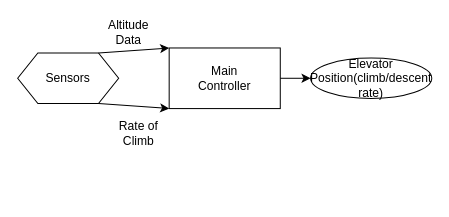
Above: Untitled Diagram.drawio in Rk1ele/Altitude-Control-system (draw.io), before the change. Source tidied: cells renumbered, new cells numbered last; positions are measured from the earlier drawing's top-left corner, leaving out a move shared by most shapes. Both pictures are drawn from the tidied source at 101%, with x=0, y=0 at pixel (17, 17).
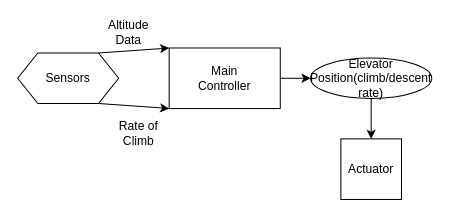
The same page after the edit.

Commit message:
Control Diagram NN

Change to the diagram source:
```diff
@@
 <mxGraphModel>
   <root>
     <mxCell id="0" />
     <mxCell id="1" parent="0" />
     <mxCell id="2" style="rounded=0;whiteSpace=wrap;html=1;" parent="1" vertex="1">
       <mxGeometry x="150" y="30" width="110" height="60" as="geometry" />
     </mxCell>
     <mxCell id="3" value="Main Controller" style="text;html=1;align=center;verticalAlign=middle;whiteSpace=wrap;rounded=0;" parent="1" vertex="1">
       <mxGeometry x="175" y="45" width="60" height="30" as="geometry" />
     </mxCell>
     <mxCell id="4" style="ellipse;whiteSpace=wrap;html=1;" parent="1" vertex="1">
       <mxGeometry x="290" y="40" width="120" height="40" as="geometry" />
     </mxCell>
     <mxCell id="5" style="endArrow=classic;html=1;rounded=0;" parent="1" edge="1">
       <mxGeometry relative="1" as="geometry">
         <mxPoint x="260" y="60" as="sourcePoint" />
         <mxPoint x="290" y="60" as="targetPoint" />
         <Array as="points">
           <mxPoint x="290" y="60" />
         </Array>
       </mxGeometry>
     </mxCell>
     <mxCell id="6" value="Elevator Position(climb/descent rate)" style="text;html=1;align=center;verticalAlign=middle;whiteSpace=wrap;rounded=0;" parent="1" vertex="1">
       <mxGeometry x="320" y="45" width="60" height="30" as="geometry" />
     </mxCell>
     <mxCell id="7" style="shape=hexagon;perimeter=hexagonPerimeter2;whiteSpace=wrap;html=1;fixedSize=1;" parent="1" vertex="1">
       <mxGeometry y="35" width="100" height="50" as="geometry" />
     </mxCell>
     <mxCell id="8" value="Sensors" style="text;html=1;align=center;verticalAlign=middle;whiteSpace=wrap;rounded=0;" parent="1" vertex="1">
       <mxGeometry x="20" y="45" width="60" height="30" as="geometry" />
     </mxCell>
     <mxCell id="9" style="endArrow=classic;html=1;rounded=0;entryX=0;entryY=0;entryDx=0;entryDy=0;" parent="1" edge="1" target="2">
       <mxGeometry relative="1" as="geometry">
         <mxPoint x="80" y="35" as="sourcePoint" />
       </mxGeometry>
     </mxCell>
     <mxCell id="10" value="Altitude Data" style="text;html=1;align=center;verticalAlign=middle;whiteSpace=wrap;rounded=0;" parent="1" vertex="1">
       <mxGeometry x="80" width="60" height="30" as="geometry" />
     </mxCell>
     <mxCell id="11" style="endArrow=classic;html=1;rounded=0;entryX=0;entryY=1;entryDx=0;entryDy=0;" parent="1" edge="1" target="2">
       <mxGeometry relative="1" as="geometry">
         <mxPoint x="80" y="85" as="sourcePoint" />
       </mxGeometry>
     </mxCell>
     <mxCell id="12" value="Rate of Climb" style="text;html=1;align=center;verticalAlign=middle;whiteSpace=wrap;rounded=0;" parent="1" vertex="1">
       <mxGeometry x="90" y="100" width="60" height="30" as="geometry" />
     </mxCell>
+    <mxCell id="13" style="whiteSpace=wrap;html=1;" parent="1" vertex="1">
+      <mxGeometry x="320" y="120" width="60" height="60" as="geometry" />
+    </mxCell>
+    <mxCell id="14" style="endArrow=classic;html=1;rounded=0;entryX=0.5;entryY=0;entryDx=0;entryDy=0;exitX=0.5;exitY=1;exitDx=0;exitDy=0;" parent="1" edge="1" source="4" target="13">
+      <mxGeometry relative="1" as="geometry" />
+    </mxCell>
+    <mxCell id="15" value="Actuator" style="text;html=1;align=center;verticalAlign=middle;whiteSpace=wrap;rounded=0;" parent="1" vertex="1">
+      <mxGeometry x="320" y="135" width="60" height="30" as="geometry" />
+    </mxCell>
   </root>
 </mxGraphModel>
```
